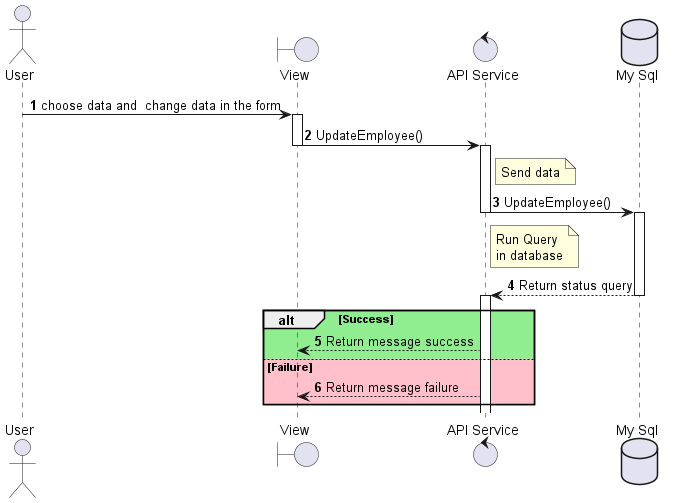
Earlier version of the PlantUML export out/sequenceDiagram_Employee_update/sequenceDiagram_Employee_update.png (Fitranda/Diagram). The source it was exported from:
```plantuml
@startuml sequenceDiagram_Employee_update
actor User
boundary "View" as View
control "API Service" as APIService
database "My Sql" as DB

autonumber
User -> View --++ : choose data and  change data in the form
View -> APIService --++ : UpdateEmployee()
note right of APIService: Send data
APIService -> DB --++ : UpdateEmployee()
note right of APIService: Run Query\nin database
DB --> APIService --++ : Return status query
alt #LightGreen  Success
    APIService --> View  : Return message success
else #Pink Failure
    APIService --> View  : Return message failure
end
@enduml
```
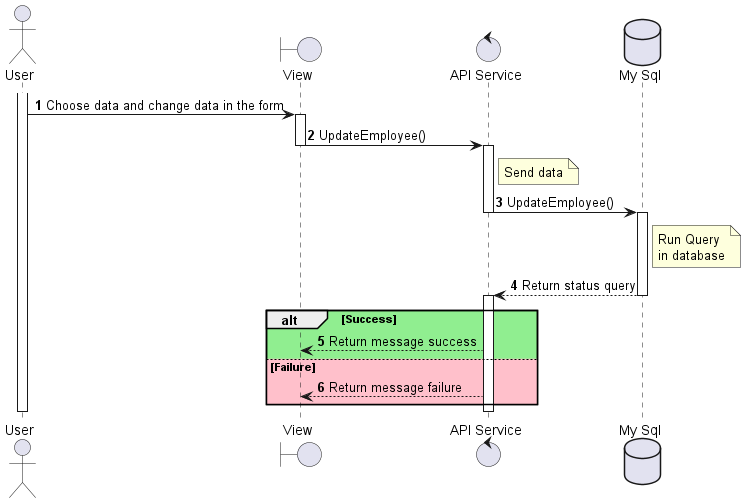
Later version of the same file.

Change to the diagram source:
```diff
@@ -5,15 +5,25 @@
 database "My Sql" as DB
 
 autonumber
-User -> View --++ : choose data and  change data in the form
-View -> APIService --++ : UpdateEmployee()
+activate User
+User -> View : Choose data and change data in the form
+activate View
+View -> APIService : UpdateEmployee()
+deactivate View
+activate APIService
 note right of APIService: Send data
-APIService -> DB --++ : UpdateEmployee()
-note right of APIService: Run Query\nin database
-DB --> APIService --++ : Return status query
-alt #LightGreen  Success
-    APIService --> View  : Return message success
+APIService -> DB : UpdateEmployee()
+deactivate APIService
+activate DB
+note right of DB: Run Query\nin database
+DB --> APIService : Return status query
+deactivate DB
+activate APIService
+alt #LightGreen Success
+    APIService --> View : Return message success
 else #Pink Failure
-    APIService --> View  : Return message failure
+    APIService --> View : Return message failure
 end
+deactivate APIService
+deactivate User
 @enduml
```
